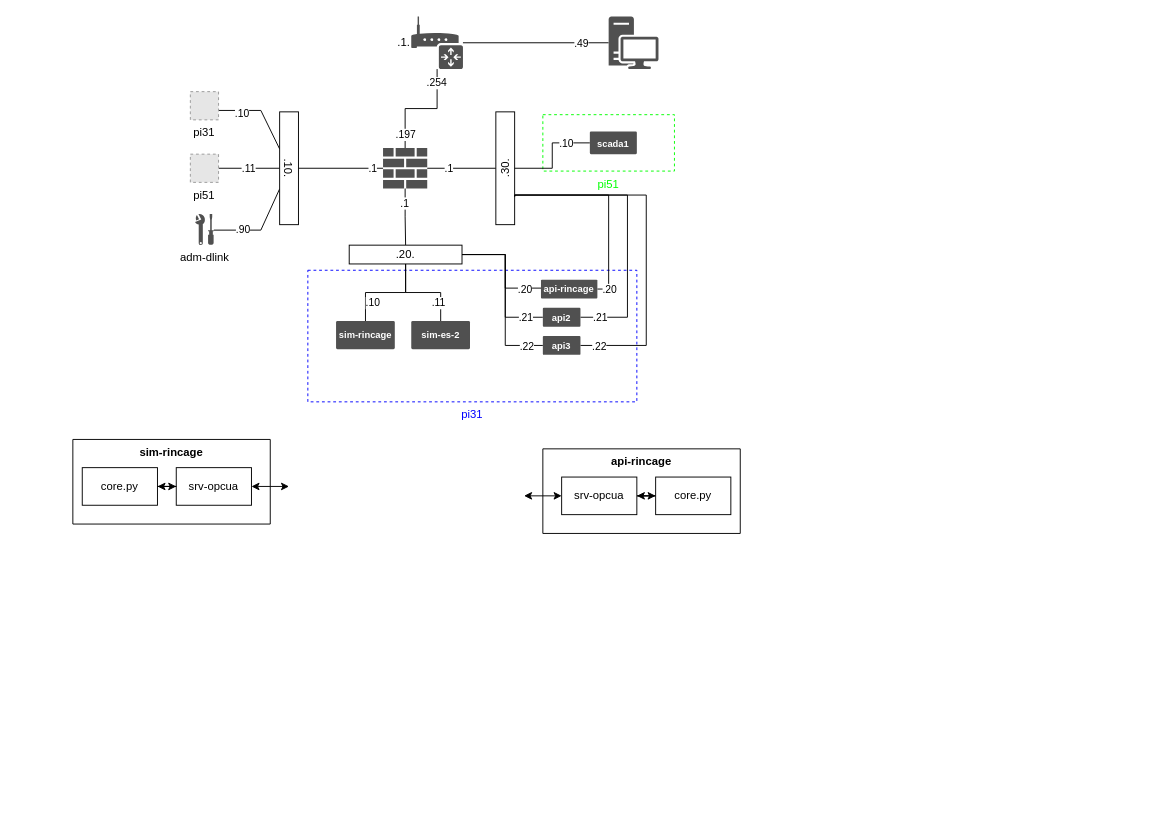
Above: page "Logique" (1 of 2) of documentation/archi_plateforme.drawio in thibault-leblanc/sii (draw.io), before the change. Source tidied: cells renumbered, new cells numbered last; positions are measured from the earlier drawing's top-left corner, leaving out a move shared by most shapes. Both pictures are drawn from the tidied source at 94%, with x=0, y=0 at pixel (72, 16). Pictures stored in the file or linked from it are replaced by grey dashed boxes.
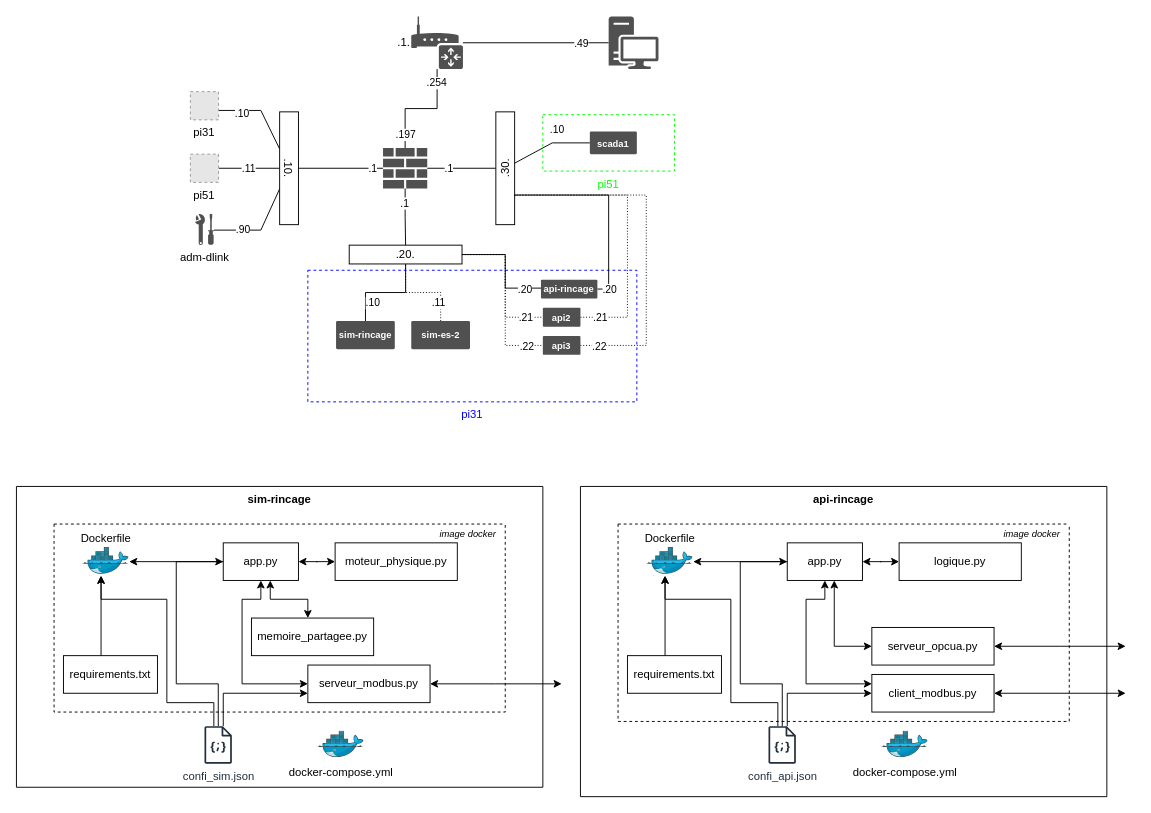
The same page after the edit.

Commit message:
Schéma : ajout archi log sim-rincage ; api-rincage

The change refers to these unchanged cells:
```xml
<mxCell id="32" value=".20." style="rounded=0;whiteSpace=wrap;html=1;" parent="1" vertex="1">
  <mxGeometry x="294" y="243.3" width="120" height="20" as="geometry" />
</mxCell>
<mxCell id="41" value=".30." style="rounded=0;whiteSpace=wrap;html=1;rotation=-90;" parent="1" vertex="1">
  <mxGeometry x="400" y="151.5" width="120" height="20" as="geometry" />
</mxCell>
<mxCell id="50" value="scada1" style="rounded=1;arcSize=5;fillColor=light-dark(#505050, #51a8ff);strokeColor=none;fontColor=#ffffff;align=center;verticalAlign=middle;whiteSpace=wrap;fontSize=10;fontStyle=1;html=1;sketch=0;" parent="1" vertex="1">
  <mxGeometry x="550" y="122.5" width="50" height="24" as="geometry" />
</mxCell>
```

Diff of the diagram source:
```diff
@@
-    <mxCell id="5" style="edgeStyle=orthogonalEdgeStyle;rounded=0;jettySize=auto;html=1;endArrow=none;endFill=0;entryX=0;entryY=0.5;entryDx=0;entryDy=0;" parent="1" edge="1" source="32" target="53">
+    <mxCell id="5" style="edgeStyle=orthogonalEdgeStyle;rounded=0;jettySize=auto;html=1;endArrow=none;endFill=0;entryX=0;entryY=0.5;entryDx=0;entryDy=0;dashed=1;dashPattern=1 2;" parent="1" edge="1" source="32" target="53">
       <mxGeometry relative="1" as="geometry">
         <Array as="points">
           <mxPoint x="460" y="253" />
           <mxPoint x="460" y="350" />
         </Array>
       </mxGeometry>
     </mxCell>
@@
-    <mxCell id="7" style="edgeStyle=orthogonalEdgeStyle;rounded=0;jettySize=auto;html=1;endArrow=none;endFill=0;entryX=0;entryY=0.5;entryDx=0;entryDy=0;" parent="1" edge="1" source="32" target="52">
+    <mxCell id="7" style="edgeStyle=orthogonalEdgeStyle;rounded=0;jettySize=auto;html=1;endArrow=none;endFill=0;entryX=0;entryY=0.5;entryDx=0;entryDy=0;dashed=1;dashPattern=1 2;" parent="1" edge="1" source="32" target="52">
       <mxGeometry relative="1" as="geometry">
         <Array as="points">
           <mxPoint x="460" y="253" />
           <mxPoint x="460" y="320" />
         </Array>
       </mxGeometry>
     </mxCell>
@@
-    <mxCell id="33" style="edgeStyle=orthogonalEdgeStyle;rounded=0;jettySize=auto;html=1;endArrow=none;endFill=0;" parent="1" edge="1" source="35" target="32">
+    <mxCell id="33" style="edgeStyle=orthogonalEdgeStyle;rounded=0;jettySize=auto;html=1;endArrow=none;endFill=0;dashed=1;dashPattern=1 2;" parent="1" edge="1" source="35" target="32">
       <mxGeometry relative="1" as="geometry" />
     </mxCell>
@@
-    <mxCell id="35" value="sim-es-2" style="rounded=1;arcSize=5;fillColor=light-dark(#505050, #51a8ff);strokeColor=none;fontColor=#ffffff;align=center;verticalAlign=middle;whiteSpace=wrap;fontSize=10;fontStyle=1;html=1;sketch=0;" parent="1" vertex="1">
+    <mxCell id="35" value="sim-es-2" style="rounded=1;arcSize=5;fillColor=light-dark(#505050, #51a8ff);strokeColor=none;fontColor=#ffffff;align=center;verticalAlign=middle;whiteSpace=wrap;fontSize=10;fontStyle=1;html=1;sketch=0;gradientColor=none;fillStyle=auto;" parent="1" vertex="1">
       <mxGeometry x="360" y="324" width="62.5" height="30" as="geometry" />
     </mxCell>
@@
-    <mxCell id="43" style="edgeStyle=orthogonalEdgeStyle;rounded=0;jettySize=auto;html=1;endArrow=none;endFill=0;entryX=0.25;entryY=1;entryDx=0;entryDy=0;exitX=1;exitY=0.5;exitDx=0;exitDy=0;" parent="1" edge="1" source="52" target="41">
+    <mxCell id="43" style="edgeStyle=orthogonalEdgeStyle;rounded=0;jettySize=auto;html=1;endArrow=none;endFill=0;entryX=0.25;entryY=1;entryDx=0;entryDy=0;exitX=1;exitY=0.5;exitDx=0;exitDy=0;dashed=1;dashPattern=1 2;" parent="1" edge="1" source="52" target="41">
       <mxGeometry relative="1" as="geometry">
         <Array as="points">
           <mxPoint x="590" y="320" />
           <mxPoint x="590" y="190" />
           <mxPoint x="470" y="190" />
         </Array>
       </mxGeometry>
     </mxCell>
@@
-    <mxCell id="45" style="edgeStyle=orthogonalEdgeStyle;rounded=0;jettySize=auto;html=1;endArrow=none;endFill=0;entryX=0.25;entryY=1;entryDx=0;entryDy=0;exitX=1;exitY=0.5;exitDx=0;exitDy=0;" parent="1" edge="1" source="53" target="41">
+    <mxCell id="45" style="edgeStyle=orthogonalEdgeStyle;rounded=0;jettySize=auto;html=1;endArrow=none;endFill=0;entryX=0.25;entryY=1;entryDx=0;entryDy=0;exitX=1;exitY=0.5;exitDx=0;exitDy=0;dashed=1;dashPattern=1 2;" parent="1" edge="1" source="53" target="41">
       <mxGeometry relative="1" as="geometry">
         <Array as="points">
           <mxPoint x="610" y="350" />
           <mxPoint x="610" y="190" />
           <mxPoint x="470" y="190" />
         </Array>
       </mxGeometry>
     </mxCell>
@@
     <mxCell id="47" style="edgeStyle=orthogonalEdgeStyle;rounded=0;jettySize=auto;html=1;endArrow=none;endFill=0;" parent="1" edge="1" source="50" target="41">
-      <mxGeometry relative="1" as="geometry" />
+      <mxGeometry relative="1" as="geometry">
+        <Array as="points">
+          <mxPoint x="510" y="135" />
+        </Array>
+      </mxGeometry>
     </mxCell>
@@
-    <mxCell id="52" value="api2" style="rounded=1;arcSize=5;fillColor=light-dark(#505050, #51a8ff);strokeColor=none;fontColor=#ffffff;align=center;verticalAlign=middle;whiteSpace=wrap;fontSize=10;fontStyle=1;html=1;sketch=0;" parent="1" vertex="1">
+    <mxCell id="52" value="api2" style="rounded=1;arcSize=5;fillColor=light-dark(#505050, #51a8ff);strokeColor=none;fontColor=#ffffff;align=center;verticalAlign=middle;whiteSpace=wrap;fontSize=10;fontStyle=1;html=1;sketch=0;gradientColor=none;fillStyle=auto;" parent="1" vertex="1">
       <mxGeometry x="500" y="310" width="40" height="20" as="geometry" />
     </mxCell>
-    <mxCell id="53" value="api3" style="rounded=1;arcSize=5;fillColor=light-dark(#505050, #51a8ff);strokeColor=none;fontColor=#ffffff;align=center;verticalAlign=middle;whiteSpace=wrap;fontSize=10;fontStyle=1;html=1;sketch=0;" parent="1" vertex="1">
+    <mxCell id="53" value="api3" style="rounded=1;arcSize=5;fillColor=light-dark(#505050, #51a8ff);strokeColor=none;fontColor=#ffffff;align=center;verticalAlign=middle;whiteSpace=wrap;fontSize=10;fontStyle=1;html=1;sketch=0;gradientColor=none;fillStyle=auto;" parent="1" vertex="1">
       <mxGeometry x="500" y="340" width="40" height="20" as="geometry" />
     </mxCell>
     <mxCell id="54" value="api-rincage" style="swimlane;startSize=0;verticalAlign=top;" parent="1" vertex="1">
-      <mxGeometry x="500" y="460" width="210" height="90" as="geometry" />
+      <mxGeometry x="540" y="500" width="560" height="330" as="geometry" />
     </mxCell>
-    <mxCell id="55" style="edgeStyle=orthogonalEdgeStyle;rounded=0;jettySize=auto;html=1;startArrow=classic;startFill=1;" parent="54" edge="1" source="57" target="58">
-      <mxGeometry relative="1" as="geometry" />
-    </mxCell>
-    <mxCell id="56" style="edgeStyle=orthogonalEdgeStyle;rounded=0;jettySize=auto;html=1;startArrow=classic;startFill=1;" parent="54" edge="1" source="57">
-      <mxGeometry relative="1" as="geometry">
-        <mxPoint x="-20" y="50" as="targetPoint" />
-      </mxGeometry>
-    </mxCell>
-    <mxCell id="57" value="srv-opcua" style="rounded=0;whiteSpace=wrap;html=1;" parent="54" vertex="1">
-      <mxGeometry x="20" y="30" width="80" height="40" as="geometry" />
-    </mxCell>
-    <mxCell id="58" value="core.py" style="rounded=0;whiteSpace=wrap;html=1;" parent="54" vertex="1">
-      <mxGeometry x="120" y="30" width="80" height="40" as="geometry" />
-    </mxCell>
+    <mxCell id="64" value="docker-compose.y&lt;span style=&quot;background-color: light-dark(#ffffff, var(--ge-dark-color, #121212)); color: light-dark(rgb(0, 0, 0), rgb(255, 255, 255));&quot;&gt;ml&lt;/span&gt;" style="image;sketch=0;html=1;align=center;fontSize=12;image=img/lib/mscae/Docker.svg;clipPath=inset(0% 0% 28.57% 0%);" parent="54" vertex="1">
+      <mxGeometry x="320" y="260" width="50" height="30" as="geometry" />
+    </mxCell>
+    <mxCell id="65" style="edgeStyle=orthogonalEdgeStyle;rounded=0;jettySize=auto;html=1;" parent="54" edge="1" source="68" target="70">
+      <mxGeometry relative="1" as="geometry">
+        <Array as="points">
+          <mxPoint x="210" y="230" />
+          <mxPoint x="160" y="230" />
+          <mxPoint x="160" y="120" />
+          <mxPoint x="90" y="120" />
+        </Array>
+      </mxGeometry>
+    </mxCell>
+    <mxCell id="66" style="edgeStyle=orthogonalEdgeStyle;rounded=0;jettySize=auto;html=1;" parent="54" edge="1" source="68" target="72">
+      <mxGeometry relative="1" as="geometry">
+        <Array as="points">
+          <mxPoint x="215" y="210" />
+          <mxPoint x="170" y="210" />
+          <mxPoint x="170" y="80" />
+        </Array>
+      </mxGeometry>
+    </mxCell>
+    <mxCell id="67" style="edgeStyle=orthogonalEdgeStyle;rounded=0;jettySize=auto;html=1;" parent="54" edge="1" source="68" target="77">
+      <mxGeometry relative="1" as="geometry">
+        <Array as="points">
+          <mxPoint x="220" y="220" />
+        </Array>
+      </mxGeometry>
+    </mxCell>
+    <mxCell id="68" value="confi_api.json" style="sketch=0;outlineConnect=0;fontColor=#232F3E;gradientColor=none;fillColor=#232F3D;strokeColor=none;dashed=0;verticalLabelPosition=bottom;verticalAlign=top;align=center;html=1;fontSize=12;fontStyle=0;shape=mxgraph.aws4.json_script;" parent="54" vertex="1">
+      <mxGeometry x="200" y="255" width="29.2" height="40" as="geometry" />
+    </mxCell>
+    <mxCell id="69" style="swimlane;startSize=0;dashed=1;" parent="54" vertex="1">
+      <mxGeometry x="40" y="40" width="480" height="210" as="geometry" />
+    </mxCell>
+    <mxCell id="70" value="Dockerfile" style="image;sketch=0;html=1;points=[];align=center;fontSize=12;image=img/lib/mscae/Docker.svg;clipPath=inset(0% 0% 28.57% 0%);labelPosition=center;verticalLabelPosition=top;verticalAlign=bottom;" parent="69" vertex="1">
+      <mxGeometry x="30" y="25" width="50" height="30" as="geometry" />
+    </mxCell>
+    <mxCell id="71" value="requirements.txt" style="rounded=0;whiteSpace=wrap;html=1;" parent="69" vertex="1">
+      <mxGeometry x="10" y="140" width="100" height="40" as="geometry" />
+    </mxCell>
+    <mxCell id="72" value="app.py" style="rounded=0;whiteSpace=wrap;html=1;" parent="69" vertex="1">
+      <mxGeometry x="180" y="20" width="80" height="40" as="geometry" />
+    </mxCell>
+    <mxCell id="73" value="logique&lt;span style=&quot;background-color: transparent; color: light-dark(rgb(0, 0, 0), rgb(255, 255, 255));&quot;&gt;.py&lt;/span&gt;" style="rounded=0;whiteSpace=wrap;html=1;" parent="69" vertex="1">
+      <mxGeometry x="299" y="20" width="130" height="40" as="geometry" />
+    </mxCell>
+    <mxCell id="74" style="edgeStyle=orthogonalEdgeStyle;rounded=0;jettySize=auto;html=1;startArrow=classic;startFill=1;" parent="69" edge="1" source="75">
+      <mxGeometry relative="1" as="geometry">
+        <mxPoint x="540" y="130" as="targetPoint" />
+      </mxGeometry>
+    </mxCell>
+    <mxCell id="75" value="serveur_opcua.py" style="rounded=0;whiteSpace=wrap;html=1;" parent="69" vertex="1">
+      <mxGeometry x="270" y="110" width="130" height="40" as="geometry" />
+    </mxCell>
+    <mxCell id="76" style="edgeStyle=orthogonalEdgeStyle;rounded=0;jettySize=auto;html=1;startArrow=classic;startFill=1;" parent="69" edge="1" source="77">
+      <mxGeometry relative="1" as="geometry">
+        <mxPoint x="540" y="180" as="targetPoint" />
+      </mxGeometry>
+    </mxCell>
+    <mxCell id="77" value="client_modbus.py" style="rounded=0;whiteSpace=wrap;html=1;" parent="69" vertex="1">
+      <mxGeometry x="270" y="160" width="130" height="40" as="geometry" />
+    </mxCell>
+    <mxCell id="78" style="edgeStyle=orthogonalEdgeStyle;rounded=0;jettySize=auto;html=1;startArrow=none;startFill=0;" parent="69" edge="1" source="71" target="70">
+      <mxGeometry relative="1" as="geometry">
+        <Array as="points">
+          <mxPoint x="50" y="80" />
+          <mxPoint x="50" y="80" />
+        </Array>
+      </mxGeometry>
+    </mxCell>
+    <mxCell id="79" style="edgeStyle=orthogonalEdgeStyle;rounded=0;jettySize=auto;html=1;startArrow=classic;startFill=1;endArrow=none;endFill=0;" parent="69" edge="1" source="70" target="72">
+      <mxGeometry relative="1" as="geometry" />
+    </mxCell>
+    <mxCell id="80" style="edgeStyle=orthogonalEdgeStyle;rounded=0;jettySize=auto;html=1;startArrow=classic;startFill=1;" parent="69" edge="1" source="72" target="73">
+      <mxGeometry relative="1" as="geometry" />
+    </mxCell>
+    <mxCell id="81" style="edgeStyle=orthogonalEdgeStyle;rounded=0;jettySize=auto;html=1;startArrow=classic;startFill=1;" parent="69" edge="1" source="72" target="75">
+      <mxGeometry relative="1" as="geometry">
+        <Array as="points">
+          <mxPoint x="230" y="130" />
+        </Array>
+      </mxGeometry>
+    </mxCell>
+    <mxCell id="82" style="edgeStyle=orthogonalEdgeStyle;rounded=0;jettySize=auto;html=1;startArrow=classic;startFill=1;" parent="69" edge="1" source="72" target="77">
+      <mxGeometry relative="1" as="geometry">
+        <Array as="points">
+          <mxPoint x="220" y="80" />
+          <mxPoint x="200" y="80" />
+          <mxPoint x="200" y="170" />
+        </Array>
+      </mxGeometry>
+    </mxCell>
+    <mxCell id="83" value="&lt;i&gt;&lt;font style=&quot;font-size: 10px;&quot;&gt;image docker&lt;/font&gt;&lt;/i&gt;" style="text;html=1;align=center;verticalAlign=middle;strokeColor=none;fillColor=none;" parent="69" vertex="1">
+      <mxGeometry x="400" y="-5" width="80" height="30" as="geometry" />
+    </mxCell>
     <mxCell id="59" value="sim-rincage" style="swimlane;startSize=0;verticalAlign=top;" parent="1" vertex="1">
-      <mxGeometry y="450" width="210" height="90" as="geometry" />
+      <mxGeometry x="-60" y="500" width="560" height="320" as="geometry" />
     </mxCell>
-    <mxCell id="60" style="edgeStyle=orthogonalEdgeStyle;rounded=0;jettySize=auto;html=1;startArrow=classic;startFill=1;" parent="59" edge="1" source="61">
-      <mxGeometry relative="1" as="geometry">
-        <mxPoint x="230" y="50" as="targetPoint" />
-      </mxGeometry>
-    </mxCell>
+    <mxCell id="84" value="docker-compose.y&lt;span style=&quot;background-color: light-dark(#ffffff, var(--ge-dark-color, #121212)); color: light-dark(rgb(0, 0, 0), rgb(255, 255, 255));&quot;&gt;ml&lt;/span&gt;" style="image;sketch=0;html=1;align=center;fontSize=12;image=img/lib/mscae/Docker.svg;clipPath=inset(0% 0% 28.57% 0%);" parent="59" vertex="1">
+      <mxGeometry x="320" y="260" width="50" height="30" as="geometry" />
+    </mxCell>
+    <mxCell id="85" style="edgeStyle=orthogonalEdgeStyle;rounded=0;jettySize=auto;html=1;" parent="59" edge="1" source="88" target="90">
+      <mxGeometry relative="1" as="geometry">
+        <Array as="points">
+          <mxPoint x="210" y="230" />
+          <mxPoint x="160" y="230" />
+          <mxPoint x="160" y="120" />
+          <mxPoint x="90" y="120" />
+        </Array>
+      </mxGeometry>
+    </mxCell>
+    <mxCell id="86" style="edgeStyle=orthogonalEdgeStyle;rounded=0;jettySize=auto;html=1;" parent="59" edge="1" source="88" target="61">
+      <mxGeometry relative="1" as="geometry">
+        <Array as="points">
+          <mxPoint x="215" y="210" />
+          <mxPoint x="170" y="210" />
+          <mxPoint x="170" y="80" />
+        </Array>
+      </mxGeometry>
+    </mxCell>
+    <mxCell id="87" style="edgeStyle=orthogonalEdgeStyle;rounded=0;jettySize=auto;html=1;" parent="59" edge="1" source="88" target="95">
+      <mxGeometry relative="1" as="geometry">
+        <Array as="points">
+          <mxPoint x="220" y="220" />
+        </Array>
+      </mxGeometry>
+    </mxCell>
+    <mxCell id="88" value="confi_sim.json" style="sketch=0;outlineConnect=0;fontColor=#232F3E;gradientColor=none;fillColor=#232F3D;strokeColor=none;dashed=0;verticalLabelPosition=bottom;verticalAlign=top;align=center;html=1;fontSize=12;fontStyle=0;shape=mxgraph.aws4.json_script;" parent="59" vertex="1">
+      <mxGeometry x="200" y="255" width="29.2" height="40" as="geometry" />
+    </mxCell>
+    <mxCell id="89" style="swimlane;startSize=0;dashed=1;" parent="59" vertex="1">
+      <mxGeometry x="40" y="40" width="480" height="200" as="geometry" />
+    </mxCell>
+    <mxCell id="90" value="Dockerfile" style="image;sketch=0;html=1;points=[];align=center;fontSize=12;image=img/lib/mscae/Docker.svg;clipPath=inset(0% 0% 28.57% 0%);labelPosition=center;verticalLabelPosition=top;verticalAlign=bottom;" parent="89" vertex="1">
+      <mxGeometry x="30" y="25" width="50" height="30" as="geometry" />
+    </mxCell>
+    <mxCell id="91" value="requirements.txt" style="rounded=0;whiteSpace=wrap;html=1;" parent="89" vertex="1">
+      <mxGeometry x="10" y="140" width="100" height="40" as="geometry" />
+    </mxCell>
-    <mxCell id="61" value="srv-opcua" style="rounded=0;whiteSpace=wrap;html=1;" parent="59" vertex="1">
-      <mxGeometry x="110" y="30" width="80" height="40" as="geometry" />
+    <mxCell id="61" value="app.py" style="rounded=0;whiteSpace=wrap;html=1;" parent="89" vertex="1">
+      <mxGeometry x="180" y="20" width="80" height="40" as="geometry" />
     </mxCell>
-    <mxCell id="62" value="core.py" style="rounded=0;whiteSpace=wrap;html=1;" parent="59" vertex="1">
-      <mxGeometry x="10" y="30" width="80" height="40" as="geometry" />
-    </mxCell>
-    <mxCell id="63" style="edgeStyle=orthogonalEdgeStyle;rounded=0;jettySize=auto;html=1;startArrow=classic;startFill=1;" parent="59" edge="1" source="61" target="62">
-      <mxGeometry relative="1" as="geometry" />
-    </mxCell>
+    <mxCell id="92" value="moteur_physique&lt;span style=&quot;background-color: transparent; color: light-dark(rgb(0, 0, 0), rgb(255, 255, 255));&quot;&gt;.py&lt;/span&gt;" style="rounded=0;whiteSpace=wrap;html=1;" parent="89" vertex="1">
+      <mxGeometry x="299" y="20" width="130" height="40" as="geometry" />
+    </mxCell>
+    <mxCell id="93" value="memoire_partagee.py" style="rounded=0;whiteSpace=wrap;html=1;" parent="89" vertex="1">
+      <mxGeometry x="210" y="100" width="130" height="40" as="geometry" />
+    </mxCell>
+    <mxCell id="94" style="edgeStyle=orthogonalEdgeStyle;rounded=0;jettySize=auto;html=1;startArrow=classic;startFill=1;" parent="89" edge="1" source="95">
+      <mxGeometry relative="1" as="geometry">
+        <mxPoint x="540" y="170" as="targetPoint" />
+      </mxGeometry>
+    </mxCell>
+    <mxCell id="95" value="serveur_modbus.py" style="rounded=0;whiteSpace=wrap;html=1;" parent="89" vertex="1">
+      <mxGeometry x="270" y="150" width="130" height="40" as="geometry" />
+    </mxCell>
+    <mxCell id="96" style="edgeStyle=orthogonalEdgeStyle;rounded=0;jettySize=auto;html=1;startArrow=none;startFill=0;" parent="89" edge="1" source="91" target="90">
+      <mxGeometry relative="1" as="geometry">
+        <Array as="points">
+          <mxPoint x="50" y="80" />
+          <mxPoint x="50" y="80" />
+        </Array>
+      </mxGeometry>
+    </mxCell>
+    <mxCell id="97" style="edgeStyle=orthogonalEdgeStyle;rounded=0;jettySize=auto;html=1;startArrow=classic;startFill=1;endArrow=none;endFill=0;" parent="89" edge="1" source="90" target="61">
+      <mxGeometry relative="1" as="geometry" />
+    </mxCell>
+    <mxCell id="98" style="edgeStyle=orthogonalEdgeStyle;rounded=0;jettySize=auto;html=1;startArrow=classic;startFill=1;" parent="89" edge="1" source="61" target="92">
+      <mxGeometry relative="1" as="geometry" />
+    </mxCell>
+    <mxCell id="99" style="edgeStyle=orthogonalEdgeStyle;rounded=0;jettySize=auto;html=1;startArrow=classic;startFill=1;" parent="89" edge="1" source="61" target="93">
+      <mxGeometry relative="1" as="geometry">
+        <Array as="points">
+          <mxPoint x="230" y="80" />
+          <mxPoint x="270" y="80" />
+        </Array>
+      </mxGeometry>
+    </mxCell>
+    <mxCell id="100" style="edgeStyle=orthogonalEdgeStyle;rounded=0;jettySize=auto;html=1;startArrow=classic;startFill=1;" parent="89" edge="1" source="61" target="95">
+      <mxGeometry relative="1" as="geometry">
+        <Array as="points">
+          <mxPoint x="220" y="80" />
+          <mxPoint x="200" y="80" />
+          <mxPoint x="200" y="170" />
+        </Array>
+      </mxGeometry>
+    </mxCell>
+    <mxCell id="101" value="&lt;i&gt;&lt;font style=&quot;font-size: 10px;&quot;&gt;image docker&lt;/font&gt;&lt;/i&gt;" style="text;html=1;align=center;verticalAlign=middle;strokeColor=none;fillColor=none;" parent="89" vertex="1">
+      <mxGeometry x="400" y="-5" width="80" height="30" as="geometry" />
+    </mxCell>
```
